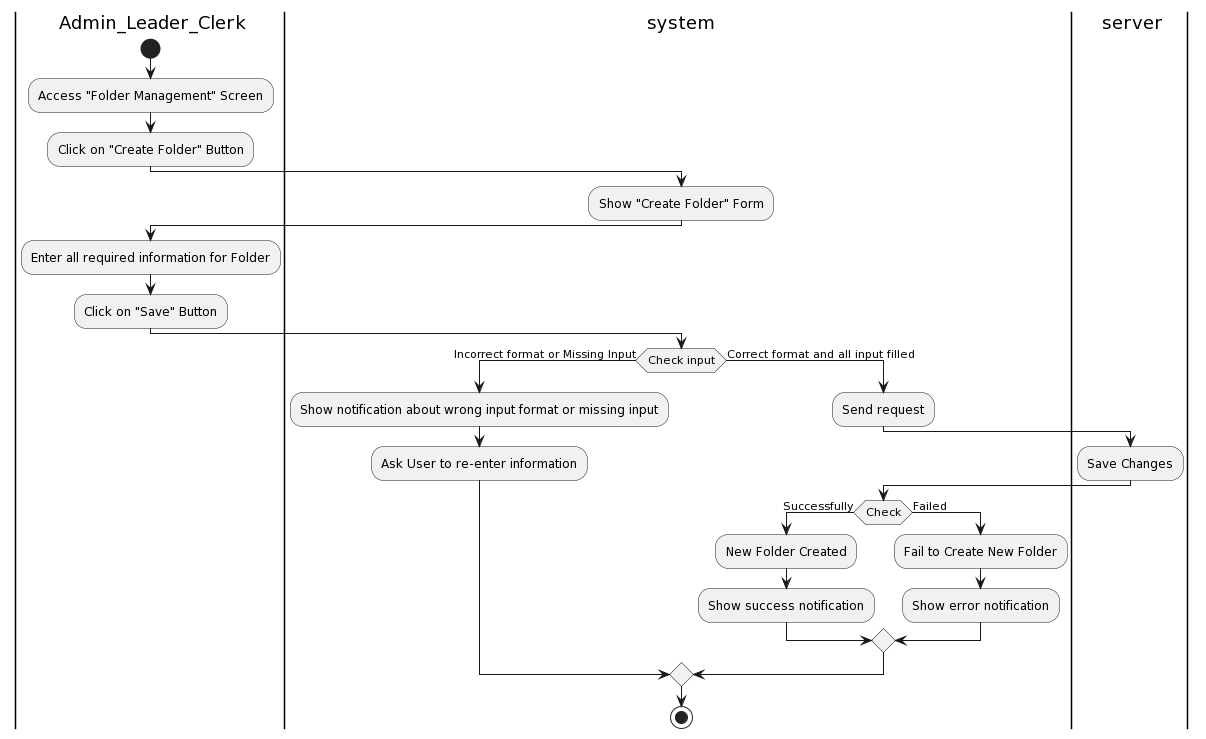
The PlantUML diagram Lab1/Lab1.2/Activity Diagram/Folder/CreateFolder/CreateFolder.png in khoapham1003/SE357-Pratice-class, before a commit.
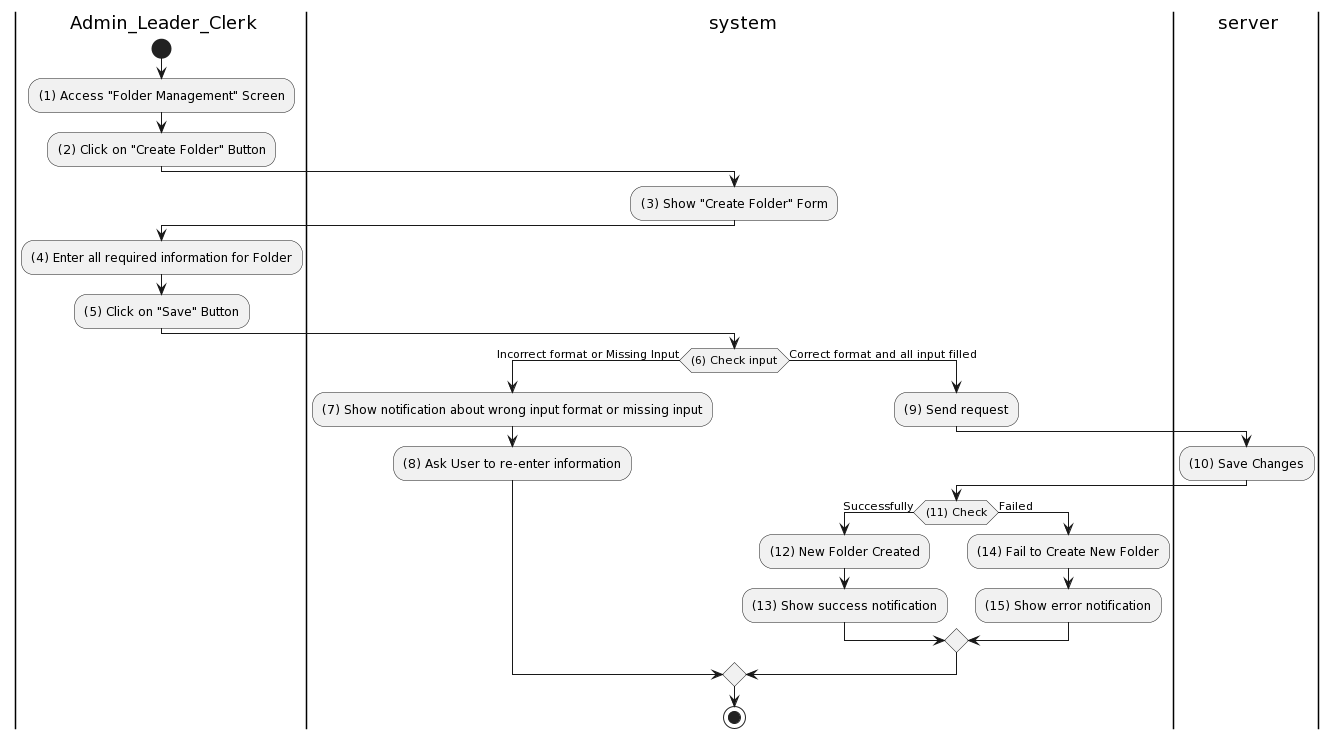
After the commit.

Change to the diagram source:
```diff
@@ -4,29 +4,29 @@
 |ser| server
 |a|
 start
-:Access "Folder Management" Screen;
-:Click on "Create Folder" Button;
+:(1) Access "Folder Management" Screen;
+:(2) Click on "Create Folder" Button;
 |sys|
-:Show "Create Folder" Form;
+:(3) Show "Create Folder" Form;
 |a|
-:Enter all required information for Folder;
-:Click on "Save" Button;
+:(4) Enter all required information for Folder;
+:(5) Click on "Save" Button;
 |sys|
-if (Check input) then (Incorrect format or Missing Input)
-:Show notification about wrong input format or missing input;
-:Ask User to re-enter information;
+if ((6) Check input) then (Incorrect format or Missing Input)
+:(7) Show notification about wrong input format or missing input;
+:(8) Ask User to re-enter information;
 else (Correct format and all input filled)
 |sys|
-:Send request;
+:(9) Send request;
 |ser|
-:Save Changes;
+:(10) Save Changes;
 |sys|
-if(Check) then (Successfully)
-:New Folder Created;
-:Show success notification;
+if((11) Check) then (Successfully)
+:(12) New Folder Created;
+:(13) Show success notification;
 else (Failed)
-:Fail to Create New Folder;
-:Show error notification;
+:(14) Fail to Create New Folder;
+:(15) Show error notification;
 endif
 endif
 
```
